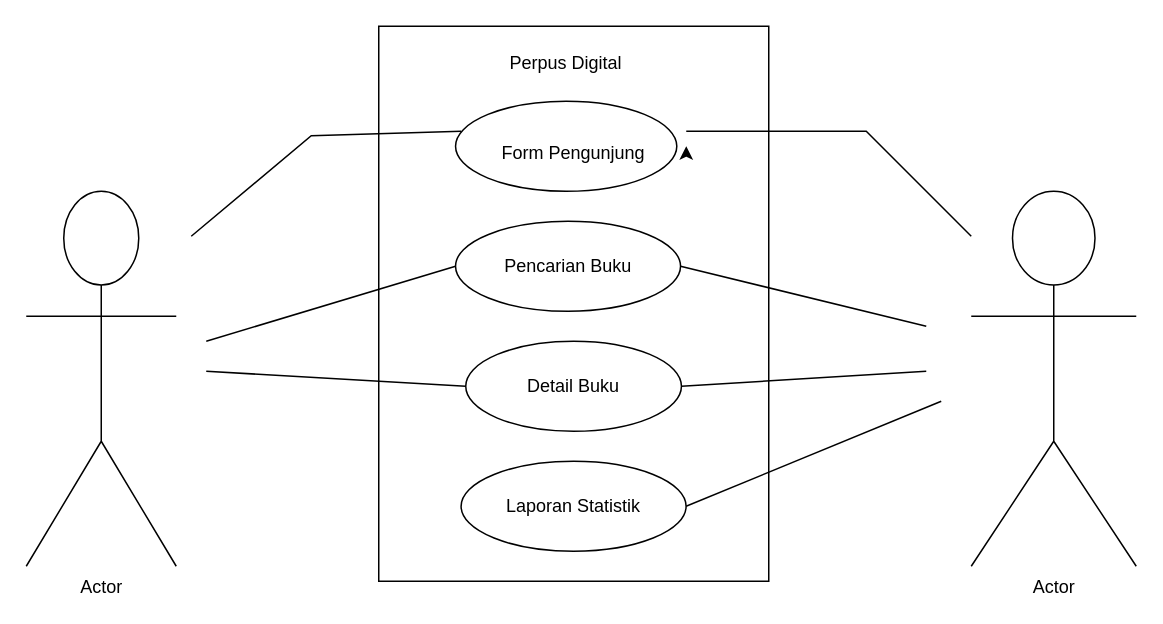
Earlier version of the draw.io diagram usediagram-perpus-digital.drawio (Ylnaadhni/Tefa_perpusdigital). Source tidied: cells renumbered, new cells numbered last; positions are measured from the earlier drawing's top-left corner, leaving out a move shared by most shapes. Both pictures are drawn from the tidied source at 150%, with x=0, y=0 at pixel (26, 26).
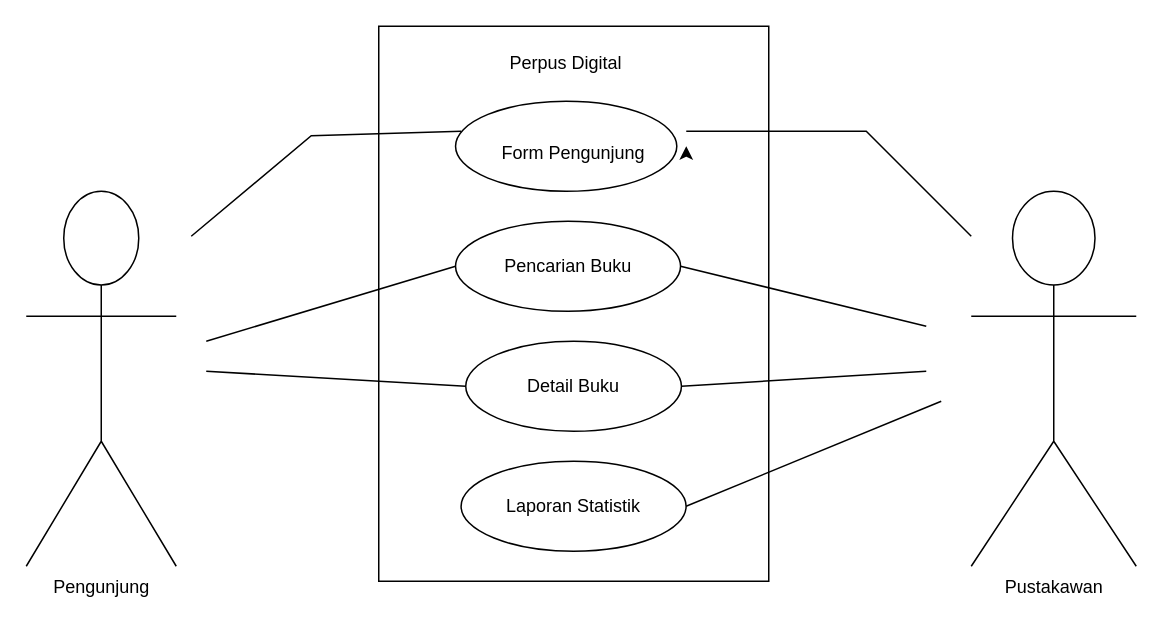
The same diagram, later.

What changed in the source:
```diff
@@
-    <mxCell id="17" value="Actor" style="shape=umlActor;verticalLabelPosition=bottom;verticalAlign=top;html=1;" parent="1" vertex="1">
+    <mxCell id="17" value="Pustakawan" style="shape=umlActor;verticalLabelPosition=bottom;verticalAlign=top;html=1;" parent="1" vertex="1">
       <mxGeometry x="630" y="110" width="110" height="250" as="geometry" />
     </mxCell>
-    <mxCell id="18" value="Actor" style="shape=umlActor;verticalLabelPosition=bottom;verticalAlign=top;html=1;" parent="1" vertex="1">
+    <mxCell id="18" value="Pengunjung" style="shape=umlActor;verticalLabelPosition=bottom;verticalAlign=top;html=1;" parent="1" vertex="1">
       <mxGeometry y="110" width="100" height="250" as="geometry" />
     </mxCell>
```
